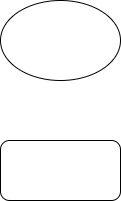
VasilievKonst/HomeWorkTaskC-6 keeps this draw.io diagram as task41/diagram.drawio.png. Above is the earlier version. Source tidied: cells renumbered, new cells last; positions are measured from the earlier drawing's top-left corner, leaving out a move shared by most shapes. The source it was exported from:
```xml
<mxGraphModel>
  <root>
    <mxCell id="0" />
    <mxCell id="1" parent="0" />
    <mxCell id="2" style="ellipse;whiteSpace=wrap;html=1;" parent="1" vertex="1">
      <mxGeometry width="120" height="80" as="geometry" />
    </mxCell>
    <mxCell id="3" style="rounded=1;whiteSpace=wrap;html=1;" parent="1" vertex="1">
      <mxGeometry y="140" width="120" height="60" as="geometry" />
    </mxCell>
  </root>
</mxGraphModel>
```
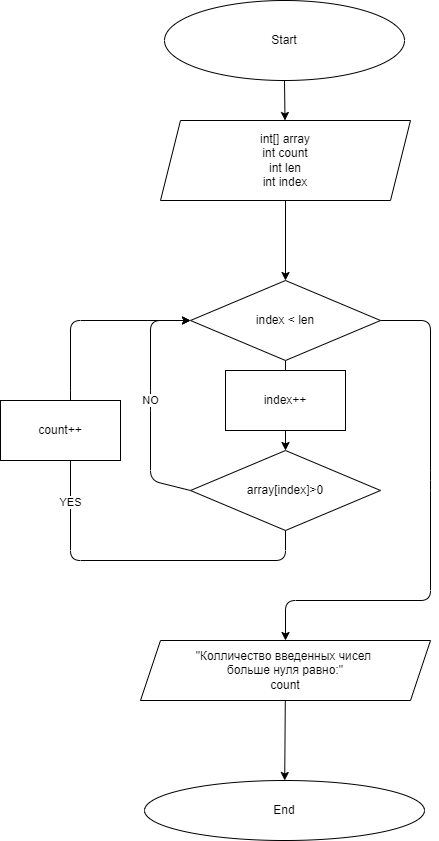
Later version of the same file.

Commit message:
Save diagram for task 41, 43

What changed in the source:
```diff
@@ -2,11 +2,71 @@
   <root>
     <mxCell id="0" />
     <mxCell id="1" parent="0" />
+    <mxCell id="4" style="edgeStyle=none;html=1;exitX=0.5;exitY=1;exitDx=0;exitDy=0;" parent="1" edge="1" source="2" target="3">
+      <mxGeometry relative="1" as="geometry" />
+    </mxCell>
-    <mxCell id="2" style="ellipse;whiteSpace=wrap;html=1;" parent="1" vertex="1">
-      <mxGeometry width="120" height="80" as="geometry" />
+    <mxCell id="2" value="Start" style="ellipse;whiteSpace=wrap;html=1;" parent="1" vertex="1">
+      <mxGeometry x="-60" width="240" height="80" as="geometry" />
     </mxCell>
+    <mxCell id="5" style="edgeStyle=none;html=1;" parent="1" edge="1" source="3" target="8">
+      <mxGeometry relative="1" as="geometry" />
+    </mxCell>
-    <mxCell id="3" style="rounded=1;whiteSpace=wrap;html=1;" parent="1" vertex="1">
-      <mxGeometry y="140" width="120" height="60" as="geometry" />
+    <mxCell id="3" value="int[] array&lt;br&gt;int count&lt;br&gt;int len&lt;br&gt;int index" style="shape=parallelogram;perimeter=parallelogramPerimeter;whiteSpace=wrap;html=1;fixedSize=1;" parent="1" vertex="1">
+      <mxGeometry x="-64" y="120" width="250" height="80" as="geometry" />
     </mxCell>
+    <mxCell id="6" style="edgeStyle=none;html=1;" parent="1" edge="1" source="8" target="11">
+      <mxGeometry relative="1" as="geometry" />
+    </mxCell>
+    <mxCell id="7" style="edgeStyle=none;html=1;exitX=1;exitY=0.5;exitDx=0;exitDy=0;entryX=0.5;entryY=0;entryDx=0;entryDy=0;" parent="1" edge="1" source="8" target="15">
+      <mxGeometry relative="1" as="geometry">
+        <Array as="points">
+          <mxPoint x="206" y="320" />
+          <mxPoint x="206" y="480" />
+          <mxPoint x="206" y="600" />
+          <mxPoint x="61" y="600" />
+        </Array>
+      </mxGeometry>
+    </mxCell>
+    <mxCell id="8" value="index &amp;lt; len" style="rhombus;whiteSpace=wrap;html=1;" parent="1" vertex="1">
+      <mxGeometry x="-34" y="280" width="190" height="80" as="geometry" />
+    </mxCell>
+    <mxCell id="9" value="NO" style="edgeStyle=none;html=1;exitX=0;exitY=0.5;exitDx=0;exitDy=0;entryX=0;entryY=0.5;entryDx=0;entryDy=0;" parent="1" edge="1" source="11" target="8">
+      <mxGeometry relative="1" as="geometry">
+        <Array as="points">
+          <mxPoint x="-74" y="480" />
+          <mxPoint x="-74" y="400" />
+          <mxPoint x="-74" y="320" />
+        </Array>
+      </mxGeometry>
+    </mxCell>
+    <mxCell id="10" value="YES" style="edgeStyle=none;html=1;exitX=0.5;exitY=1;exitDx=0;exitDy=0;" parent="1" edge="1" source="11">
+      <mxGeometry relative="1" as="geometry">
+        <mxPoint x="-34" y="320" as="targetPoint" />
+        <Array as="points">
+          <mxPoint x="61" y="560" />
+          <mxPoint x="-154" y="560" />
+          <mxPoint x="-154" y="400" />
+          <mxPoint x="-154" y="320" />
+        </Array>
+      </mxGeometry>
+    </mxCell>
+    <mxCell id="11" value="array[index]&amp;gt;0" style="rhombus;whiteSpace=wrap;html=1;" parent="1" vertex="1">
+      <mxGeometry x="-34" y="450" width="190" height="80" as="geometry" />
+    </mxCell>
+    <mxCell id="12" value="count++" style="rounded=0;whiteSpace=wrap;html=1;" parent="1" vertex="1">
+      <mxGeometry x="-224" y="400" width="120" height="60" as="geometry" />
+    </mxCell>
+    <mxCell id="13" value="index++" style="rounded=0;whiteSpace=wrap;html=1;" parent="1" vertex="1">
+      <mxGeometry x="1" y="370" width="120" height="60" as="geometry" />
+    </mxCell>
+    <mxCell id="14" style="edgeStyle=none;html=1;" parent="1" edge="1" source="15" target="16">
+      <mxGeometry relative="1" as="geometry" />
+    </mxCell>
+    <mxCell id="15" value="&quot;Колличество введенных чисел &lt;br&gt;больше нуля равно:&quot;&lt;br&gt;count" style="shape=parallelogram;perimeter=parallelogramPerimeter;whiteSpace=wrap;html=1;fixedSize=1;" parent="1" vertex="1">
+      <mxGeometry x="-84" y="640" width="290" height="60" as="geometry" />
+    </mxCell>
+    <mxCell id="16" value="End" style="ellipse;whiteSpace=wrap;html=1;" parent="1" vertex="1">
+      <mxGeometry x="-80" y="780" width="280" height="60" as="geometry" />
+    </mxCell>
   </root>
 </mxGraphModel>
```
